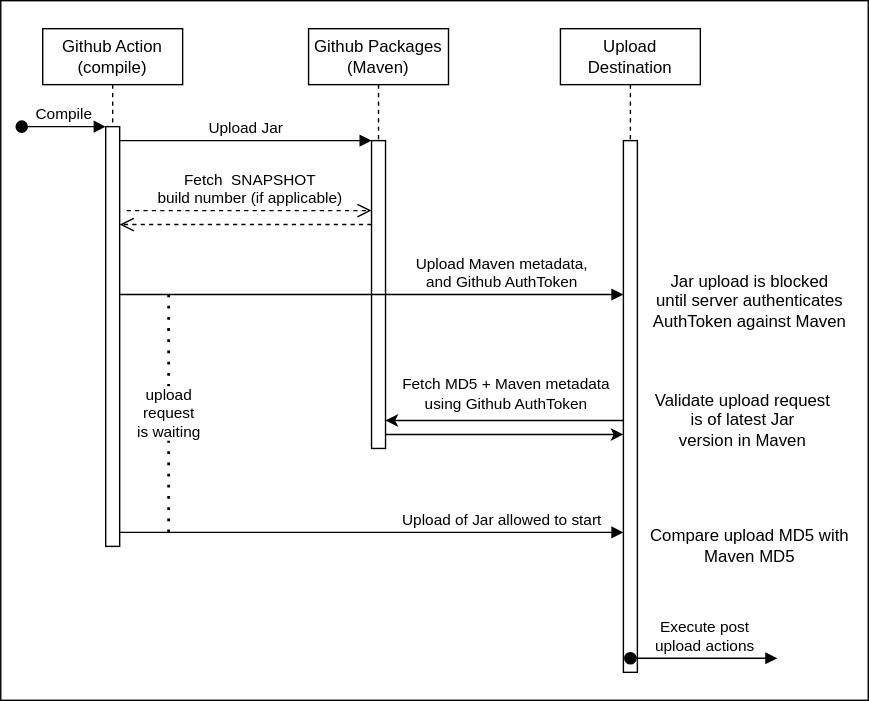
Above: requests.drawio.svg in stevenrskelton/build-action-file-receiver (draw.io), before the change. Source tidied: cells renumbered, new cells last; positions are measured from the earlier drawing's top-left corner, leaving out a move shared by most shapes.
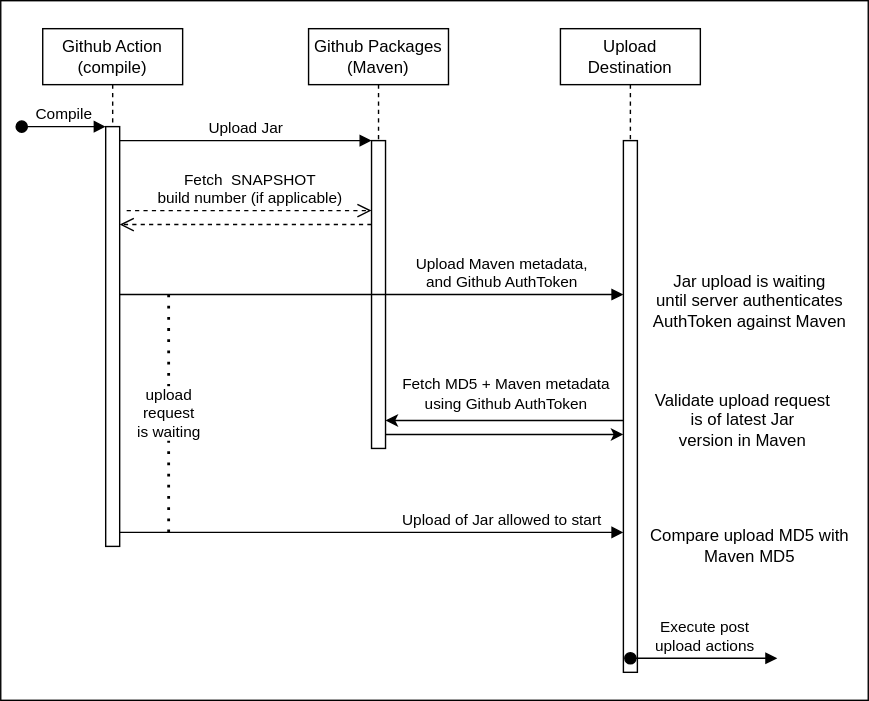
After the change.

What changed in the source:
```diff
@@ -76,7 +76,7 @@
         <mxPoint x="-7" y="-19" as="offset" />
       </mxGeometry>
     </mxCell>
-    <mxCell id="16" value="&lt;div&gt;Jar upload is blocked&lt;br&gt;until server authenticates&lt;br&gt;AuthToken against Maven&lt;br&gt;&lt;/div&gt;" style="text;html=1;align=center;verticalAlign=middle;strokeColor=none;fillColor=none;" parent="1" vertex="1">
+    <mxCell id="16" value="&lt;div&gt;Jar upload is waiting&lt;br&gt;until server authenticates&lt;br&gt;AuthToken against Maven&lt;br&gt;&lt;/div&gt;" style="text;html=1;align=center;verticalAlign=middle;strokeColor=none;fillColor=none;" parent="1" vertex="1">
       <mxGeometry x="455" y="185" width="160" height="60" as="geometry" />
     </mxCell>
     <mxCell id="17" style="endArrow=classic;html=1;rounded=0;" parent="1" edge="1" source="7" target="12">
```
